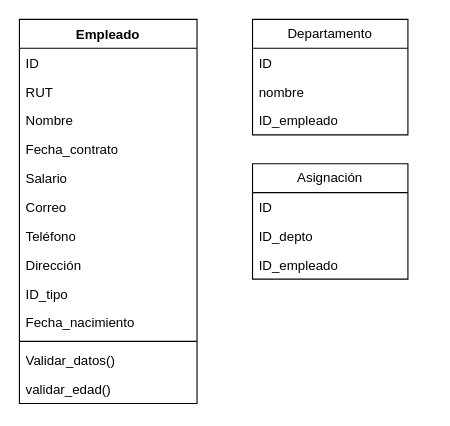
Wiccaos/Ev2 keeps this draw.io diagram as ev1adad.drawio. Above is the earlier version. Source tidied: cells renumbered, new cells numbered last; positions are measured from the earlier drawing's top-left corner, leaving out a move shared by most shapes. Both pictures are drawn from the tidied source at 111%, with x=0, y=0 at pixel (19, 19).
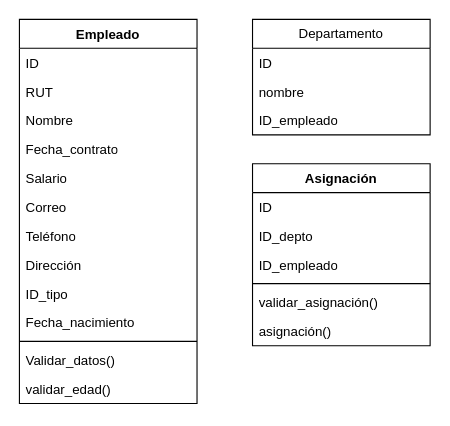
The same diagram, later.

The edit, as a diff of the source:
```diff
@@
     <mxCell id="2" value="Departamento" style="swimlane;fontStyle=0;horizontal=1;startSize=26;fillColor=none;whiteSpace=wrap;html=1;" parent="1" vertex="1">
-      <mxGeometry x="210" width="140" height="104" as="geometry" />
+      <mxGeometry x="210" width="160" height="104" as="geometry" />
     </mxCell>
     <mxCell id="3" value="ID" style="text;strokeColor=none;fillColor=none;align=left;verticalAlign=top;spacingLeft=4;spacingRight=4;overflow=hidden;whiteSpace=wrap;html=1;" parent="2" vertex="1">
-      <mxGeometry y="26" width="140" height="26" as="geometry" />
+      <mxGeometry y="26" width="160" height="26" as="geometry" />
     </mxCell>
     <mxCell id="4" value="nombre" style="text;strokeColor=none;fillColor=none;align=left;verticalAlign=top;spacingLeft=4;spacingRight=4;overflow=hidden;whiteSpace=wrap;html=1;" parent="2" vertex="1">
-      <mxGeometry y="52" width="140" height="26" as="geometry" />
+      <mxGeometry y="52" width="160" height="26" as="geometry" />
     </mxCell>
     <mxCell id="5" value="ID_empleado" style="text;strokeColor=none;fillColor=none;align=left;verticalAlign=top;spacingLeft=4;spacingRight=4;overflow=hidden;whiteSpace=wrap;html=1;" parent="2" vertex="1">
-      <mxGeometry y="78" width="140" height="26" as="geometry" />
+      <mxGeometry y="78" width="160" height="26" as="geometry" />
     </mxCell>
-    <mxCell id="6" value="Asignación" style="swimlane;fontStyle=0;horizontal=1;startSize=26;fillColor=none;whiteSpace=wrap;html=1;" parent="1" vertex="1">
-      <mxGeometry x="210" y="130" width="140" height="104" as="geometry" />
-    </mxCell>
-    <mxCell id="7" value="ID" style="text;strokeColor=none;fillColor=none;align=left;verticalAlign=top;spacingLeft=4;spacingRight=4;overflow=hidden;whiteSpace=wrap;html=1;" parent="6" vertex="1">
-      <mxGeometry y="26" width="140" height="26" as="geometry" />
-    </mxCell>
-    <mxCell id="8" value="ID_depto" style="text;strokeColor=none;fillColor=none;align=left;verticalAlign=top;spacingLeft=4;spacingRight=4;overflow=hidden;whiteSpace=wrap;html=1;" parent="6" vertex="1">
-      <mxGeometry y="52" width="140" height="26" as="geometry" />
-    </mxCell>
-    <mxCell id="9" value="ID_empleado" style="text;strokeColor=none;fillColor=none;align=left;verticalAlign=top;spacingLeft=4;spacingRight=4;overflow=hidden;whiteSpace=wrap;html=1;" parent="6" vertex="1">
-      <mxGeometry y="78" width="140" height="26" as="geometry" />
-    </mxCell>
@@
+    <mxCell id="6" value="Asignación" style="swimlane;fontStyle=1;align=center;verticalAlign=top;horizontal=1;startSize=26;whiteSpace=wrap;html=1;" parent="1" vertex="1">
+      <mxGeometry x="210" y="130" width="160" height="164" as="geometry" />
+    </mxCell>
+    <mxCell id="7" value="ID" style="text;strokeColor=none;fillColor=none;align=left;verticalAlign=top;spacingLeft=4;spacingRight=4;overflow=hidden;whiteSpace=wrap;html=1;" parent="6" vertex="1">
+      <mxGeometry y="26" width="160" height="26" as="geometry" />
+    </mxCell>
+    <mxCell id="8" value="ID_depto" style="text;strokeColor=none;fillColor=none;align=left;verticalAlign=top;spacingLeft=4;spacingRight=4;overflow=hidden;whiteSpace=wrap;html=1;" parent="6" vertex="1">
+      <mxGeometry y="52" width="160" height="26" as="geometry" />
+    </mxCell>
+    <mxCell id="9" value="ID_empleado" style="text;strokeColor=none;fillColor=none;align=left;verticalAlign=top;spacingLeft=4;spacingRight=4;overflow=hidden;whiteSpace=wrap;html=1;" parent="6" vertex="1">
+      <mxGeometry y="78" width="160" height="26" as="geometry" />
+    </mxCell>
+    <mxCell id="24" style="line;strokeWidth=1;fillColor=none;align=left;verticalAlign=middle;spacingTop=-1;spacingLeft=3;spacingRight=3;labelPosition=right;strokeColor=inherit;" parent="6" vertex="1">
+      <mxGeometry y="104" width="160" height="8" as="geometry" />
+    </mxCell>
+    <mxCell id="25" value="validar_asignación()" style="text;strokeColor=none;fillColor=none;align=left;verticalAlign=top;spacingLeft=4;spacingRight=4;overflow=hidden;whiteSpace=wrap;html=1;" parent="6" vertex="1">
+      <mxGeometry y="112" width="160" height="26" as="geometry" />
+    </mxCell>
+    <mxCell id="26" value="asignación()" style="text;strokeColor=none;fillColor=none;align=left;verticalAlign=top;spacingLeft=4;spacingRight=4;overflow=hidden;whiteSpace=wrap;html=1;" parent="6" vertex="1">
+      <mxGeometry y="138" width="160" height="26" as="geometry" />
+    </mxCell>
```
